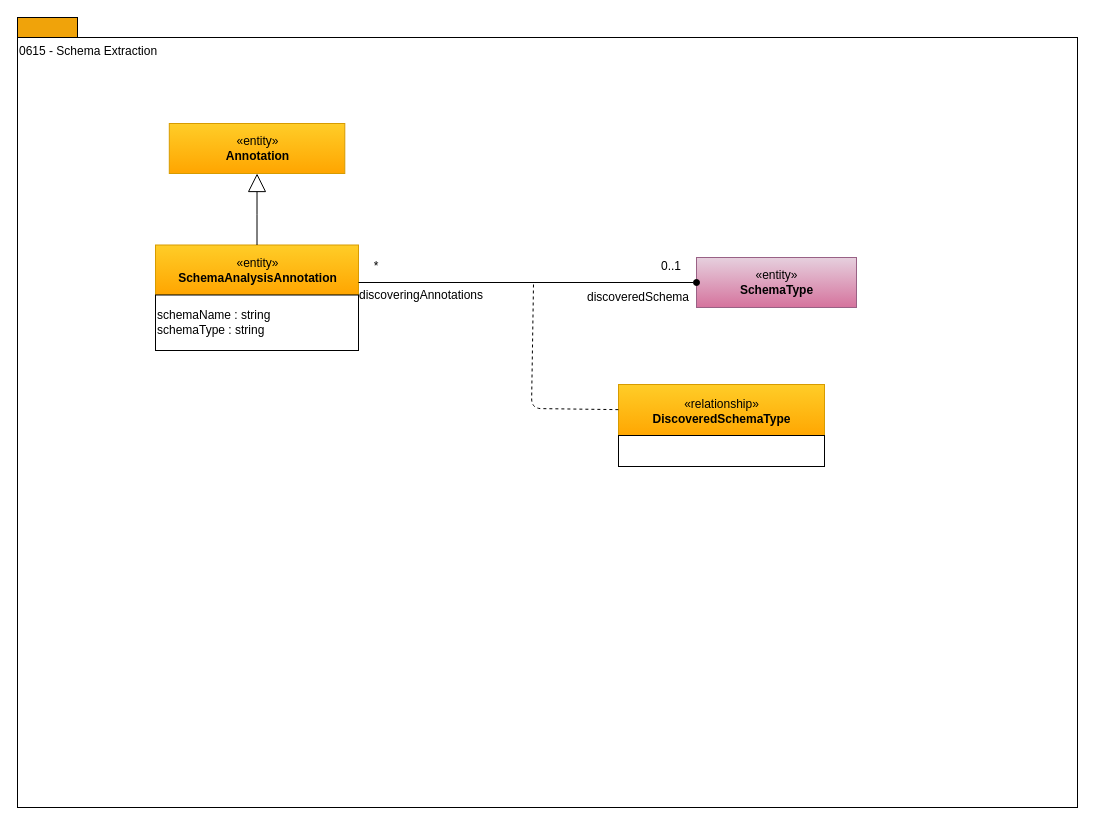
odpi/egeria-docs keeps this draw.io diagram as page "0615-Schema-Extraction" (5 of 13) of site/docs/types/6/area-6-discovery.drawio. Above is the earlier version. Source tidied: cells renumbered, new cells numbered last; positions are measured from the earlier drawing's top-left corner, leaving out a move shared by most shapes. Both pictures are drawn from the tidied source at 100%, with x=0, y=0 at pixel (17, 17).
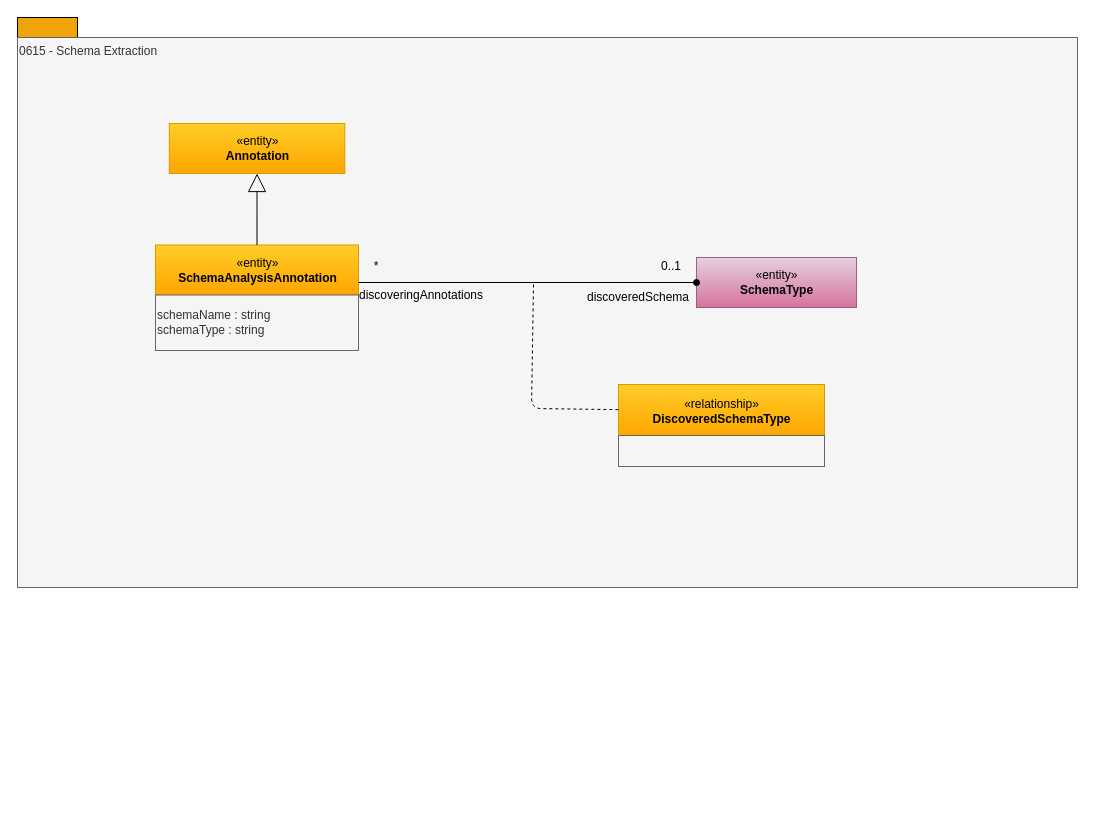
The same diagram, later.

The edit, as a diff of the source:
```diff
@@
 <mxGraphModel>
   <root>
     <mxCell id="0" />
     <mxCell id="1" parent="0" />
     <mxCell id="2" style="rounded=0;whiteSpace=wrap;html=1;align=left;fillColor=#f0a30a;strokeColor=#000000;fontColor=#ffffff;" parent="1" vertex="1">
       <mxGeometry width="60" height="20" as="geometry" />
     </mxCell>
-    <mxCell id="3" value="0615 - Schema Extraction" style="rounded=0;whiteSpace=wrap;html=1;align=left;verticalAlign=top;" parent="1" vertex="1">
-      <mxGeometry y="20" width="1060" height="770" as="geometry" />
+    <mxCell id="3" value="0615 - Schema Extraction" style="rounded=0;whiteSpace=wrap;html=1;align=left;verticalAlign=top;fillColor=#f5f5f5;fontColor=#333333;strokeColor=#666666;" parent="1" vertex="1">
+      <mxGeometry y="20" width="1060" height="550" as="geometry" />
     </mxCell>
     <mxCell id="4" value="«entity»&lt;br&gt;&lt;b&gt;SchemaAnalysisAnnotation&lt;/b&gt;" style="html=1;strokeColor=#d79b00;align=center;fillColor=#ffcd28;gradientColor=#ffa500;" parent="1" vertex="1">
       <mxGeometry x="138" y="227.5" width="203" height="50" as="geometry" />
     </mxCell>
-    <mxCell id="5" value="schemaName : string&lt;br&gt;schemaType : string&lt;br&gt;" style="rounded=0;whiteSpace=wrap;html=1;strokeColor=#000000;gradientColor=#ffffff;align=left;" parent="1" vertex="1">
+    <mxCell id="5" value="schemaName : string&lt;br&gt;schemaType : string&lt;br&gt;" style="rounded=0;whiteSpace=wrap;html=1;strokeColor=#666666;align=left;fillColor=#f5f5f5;fontColor=#333333;" parent="1" vertex="1">
       <mxGeometry x="138" y="277.5" width="203" height="55.5" as="geometry" />
     </mxCell>
     <mxCell id="6" value="«entity»&lt;br&gt;&lt;b&gt;Annotation&lt;/b&gt;" style="html=1;strokeColor=#d79b00;align=center;fillColor=#ffcd28;gradientColor=#ffa500;" parent="1" vertex="1">
       <mxGeometry x="151.8" y="106" width="175.5" height="50" as="geometry" />
     </mxCell>
     <mxCell id="7" style="edgeStyle=orthogonalEdgeStyle;rounded=0;jettySize=auto;html=1;endArrow=block;endFill=0;endSize=16;entryX=0.5;entryY=1;entryDx=0;entryDy=0;exitX=0.5;exitY=0;exitDx=0;exitDy=0;" parent="1" edge="1" source="4" target="6">
       <mxGeometry relative="1" as="geometry" />
     </mxCell>
     <mxCell id="8" value="«entity»&lt;br&gt;&lt;b&gt;SchemaType&lt;/b&gt;" style="html=1;strokeColor=#996185;align=center;fillColor=#e6d0de;gradientColor=#d5739d;" parent="1" vertex="1">
       <mxGeometry x="679" y="240" width="160" height="50" as="geometry" />
     </mxCell>
     <mxCell id="9" value="discoveringAnnotations" style="text;html=1;strokeColor=none;fillColor=none;align=center;verticalAlign=middle;whiteSpace=wrap;rounded=0;" parent="1" vertex="1">
       <mxGeometry x="341" y="268" width="126" height="20" as="geometry" />
     </mxCell>
     <mxCell id="10" value="*" style="text;html=1;strokeColor=none;fillColor=none;align=center;verticalAlign=middle;whiteSpace=wrap;rounded=0;" parent="1" vertex="1">
       <mxGeometry x="346" y="240" width="26" height="18" as="geometry" />
     </mxCell>
     <mxCell id="11" value="0..1" style="text;html=1;strokeColor=none;fillColor=none;align=center;verticalAlign=middle;whiteSpace=wrap;rounded=0;" parent="1" vertex="1">
       <mxGeometry x="634" y="239" width="40" height="20" as="geometry" />
     </mxCell>
     <mxCell id="12" value="«relationship»&lt;br&gt;&lt;b&gt;DiscoveredSchemaType&lt;/b&gt;" style="html=1;strokeColor=#d79b00;align=center;fillColor=#ffcd28;gradientColor=#ffa500;" parent="1" vertex="1">
       <mxGeometry x="601" y="367" width="206" height="53" as="geometry" />
     </mxCell>
     <mxCell id="13" style="endArrow=none;dashed=1;html=1;" parent="1" edge="1" target="12">
       <mxGeometry relative="1" as="geometry">
         <mxPoint x="516" y="267" as="sourcePoint" />
         <Array as="points">
           <mxPoint x="514" y="391" />
         </Array>
       </mxGeometry>
     </mxCell>
-    <mxCell id="14" style="rounded=0;whiteSpace=wrap;html=1;align=left;" parent="1" vertex="1">
+    <mxCell id="14" style="rounded=0;whiteSpace=wrap;html=1;align=left;fillColor=#f5f5f5;fontColor=#333333;strokeColor=#666666;" parent="1" vertex="1">
       <mxGeometry x="601" y="418" width="206" height="31" as="geometry" />
     </mxCell>
     <mxCell id="15" value="discoveredSchema" style="text;html=1;strokeColor=none;fillColor=none;align=center;verticalAlign=middle;whiteSpace=wrap;rounded=0;" parent="1" vertex="1">
       <mxGeometry x="573" y="270" width="95.8" height="20" as="geometry" />
     </mxCell>
     <mxCell id="16" style="edgeStyle=orthogonalEdgeStyle;rounded=0;html=1;entryX=1;entryY=0.75;endArrow=none;endFill=0;jettySize=auto;entryDx=0;entryDy=0;startArrow=oval;startFill=1;" parent="1" edge="1" source="8" target="4">
       <mxGeometry relative="1" as="geometry" />
     </mxCell>
   </root>
 </mxGraphModel>
```
